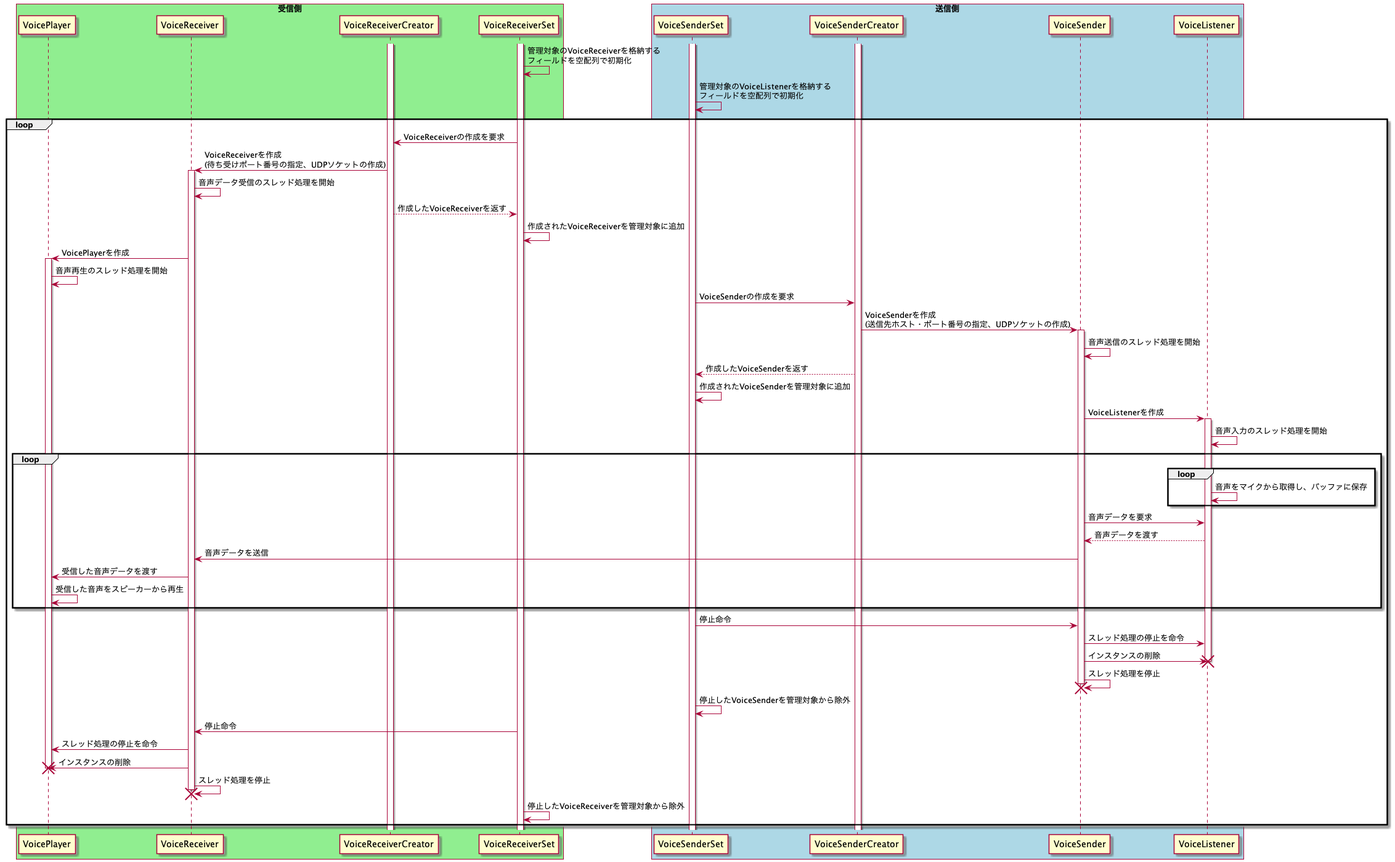
TOMOFUMI-KONDO/voice-transfer keeps this PlantUML diagram as diagram/sequence.png. Above is the earlier version.
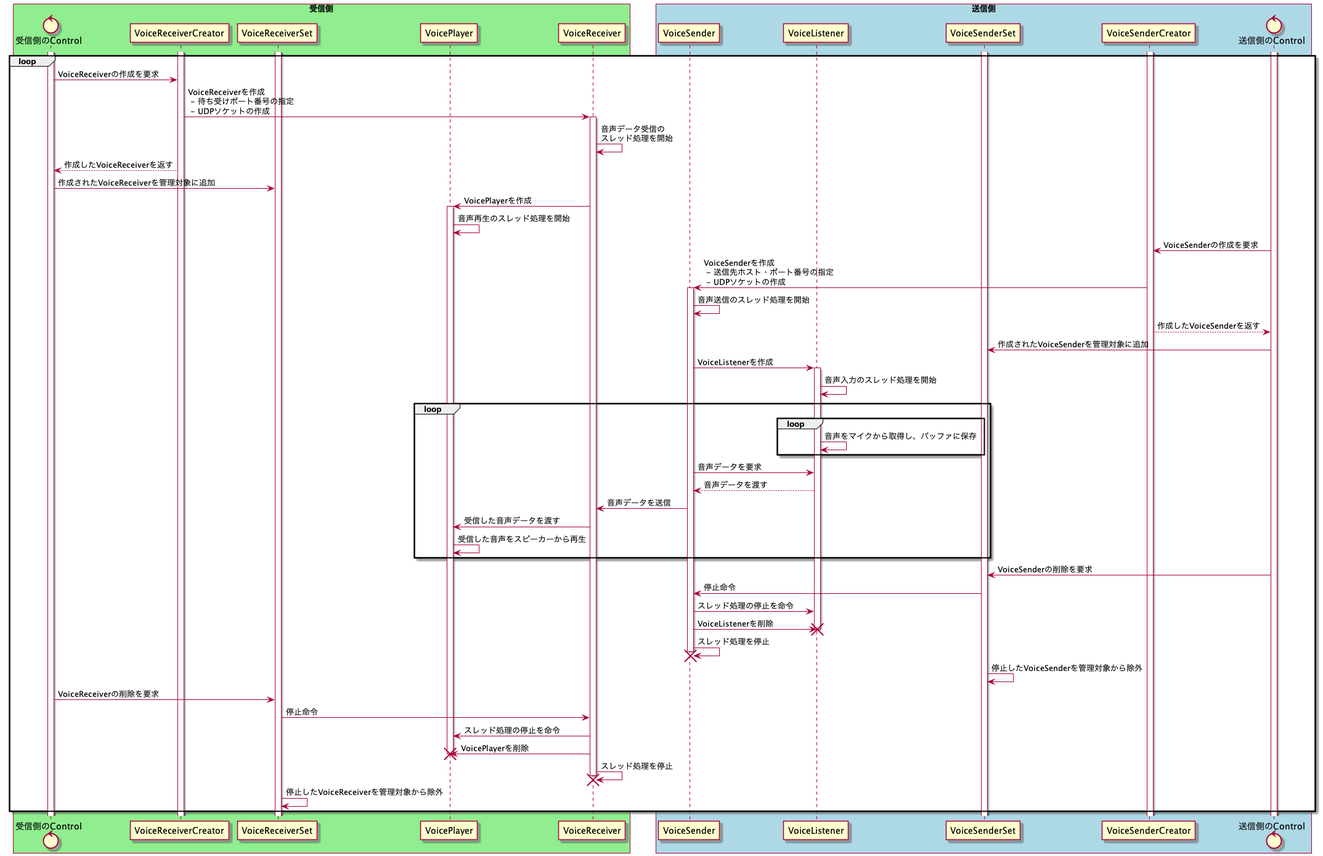
The same file after the commit.

The edit, as a diff of the source:
```diff
@@ -3,43 +3,45 @@
 skinparam boxPadding 20
 
 box "受信側" #LightGreen
+control 受信側のControl
+participant VoiceReceiverCreator
+participant VoiceReceiverSet
 participant VoicePlayer
 participant VoiceReceiver
-participant VoiceReceiverCreator
-participant VoiceReceiverSet
 end box
 
 box "送信側" #LightBlue
+participant VoiceSender
+participant VoiceListener
 participant VoiceSenderSet
 participant VoiceSenderCreator
-participant VoiceSender
-participant VoiceListener
+control 送信側のControl
 end box
 
+activate 受信側のControl
 activate VoiceReceiverSet
 activate VoiceReceiverCreator
+activate 送信側のControl
 activate VoiceSenderSet
 activate VoiceSenderCreator
-VoiceReceiverSet -> VoiceReceiverSet: 管理対象のVoiceReceiverを格納する\nフィールドを空配列で初期化
-VoiceSenderSet -> VoiceSenderSet: 管理対象のVoiceListenerを格納する\nフィールドを空配列で初期化
 
 loop
-    VoiceReceiverSet -> VoiceReceiverCreator: VoiceReceiverの作成を要求
-    VoiceReceiverCreator -> VoiceReceiver: VoiceReceiverを作成\n(待ち受けポート番号の指定、UDPソケットの作成)
+    受信側のControl -> VoiceReceiverCreator: VoiceReceiverの作成を要求
+    VoiceReceiverCreator -> VoiceReceiver: VoiceReceiverを作成\n - 待ち受けポート番号の指定\n - UDPソケットの作成
     activate VoiceReceiver
-    VoiceReceiver -> VoiceReceiver: 音声データ受信のスレッド処理を開始
-    VoiceReceiverSet <-- VoiceReceiverCreator: 作成したVoiceReceiverを返す
-    VoiceReceiverSet -> VoiceReceiverSet: 作成されたVoiceReceiverを管理対象に追加
+    VoiceReceiver -> VoiceReceiver: 音声データ受信の\nスレッド処理を開始
+    受信側のControl <-- VoiceReceiverCreator: 作成したVoiceReceiverを返す
+    受信側のControl -> VoiceReceiverSet: 作成されたVoiceReceiverを管理対象に追加
     VoiceReceiver -> VoicePlayer: VoicePlayerを作成
     activate VoicePlayer
     VoicePlayer -> VoicePlayer: 音声再生のスレッド処理を開始
 
-    VoiceSenderSet -> VoiceSenderCreator: VoiceSenderの作成を要求
-    VoiceSenderCreator -> VoiceSender: VoiceSenderを作成\n(送信先ホスト・ポート番号の指定、UDPソケットの作成)
+    送信側のControl -> VoiceSenderCreator: VoiceSenderの作成を要求
+    VoiceSenderCreator -> VoiceSender: VoiceSenderを作成\n - 送信先ホスト・ポート番号の指定 \n - UDPソケットの作成
     activate VoiceSender
     VoiceSender -> VoiceSender: 音声送信のスレッド処理を開始
-    VoiceSenderSet <-- VoiceSenderCreator: 作成したVoiceSenderを返す
-    VoiceSenderSet -> VoiceSenderSet: 作成されたVoiceSenderを管理対象に追加
+    送信側のControl <-- VoiceSenderCreator: 作成したVoiceSenderを返す
+    送信側のControl -> VoiceSenderSet: 作成されたVoiceSenderを管理対象に追加
     VoiceSender -> VoiceListener: VoiceListenerを作成
     activate VoiceListener
     VoiceListener -> VoiceListener: 音声入力のスレッド処理を開始
@@ -56,17 +58,19 @@
         VoicePlayer -> VoicePlayer: 受信した音声をスピーカーから再生
     end
 
+    送信側のControl -> VoiceSenderSet: VoiceSenderの削除を要求
     VoiceSenderSet -> VoiceSender: 停止命令
     VoiceSender -> VoiceListener: スレッド処理の停止を命令
-    VoiceSender -> VoiceListener: インスタンスの削除
+    VoiceSender -> VoiceListener: VoiceListenerを削除
     destroy VoiceListener
     VoiceSender -> VoiceSender: スレッド処理を停止
     destroy VoiceSender
     VoiceSenderSet -> VoiceSenderSet: 停止したVoiceSenderを管理対象から除外
 
+    受信側のControl -> VoiceReceiverSet: VoiceReceiverの削除を要求
     VoiceReceiverSet -> VoiceReceiver: 停止命令
     VoiceReceiver -> VoicePlayer: スレッド処理の停止を命令
-    VoiceReceiver -> VoicePlayer: インスタンスの削除
+    VoiceReceiver -> VoicePlayer: VoicePlayerを削除
     destroy VoicePlayer
     VoiceReceiver -> VoiceReceiver: スレッド処理を停止
     destroy VoiceReceiver
```
